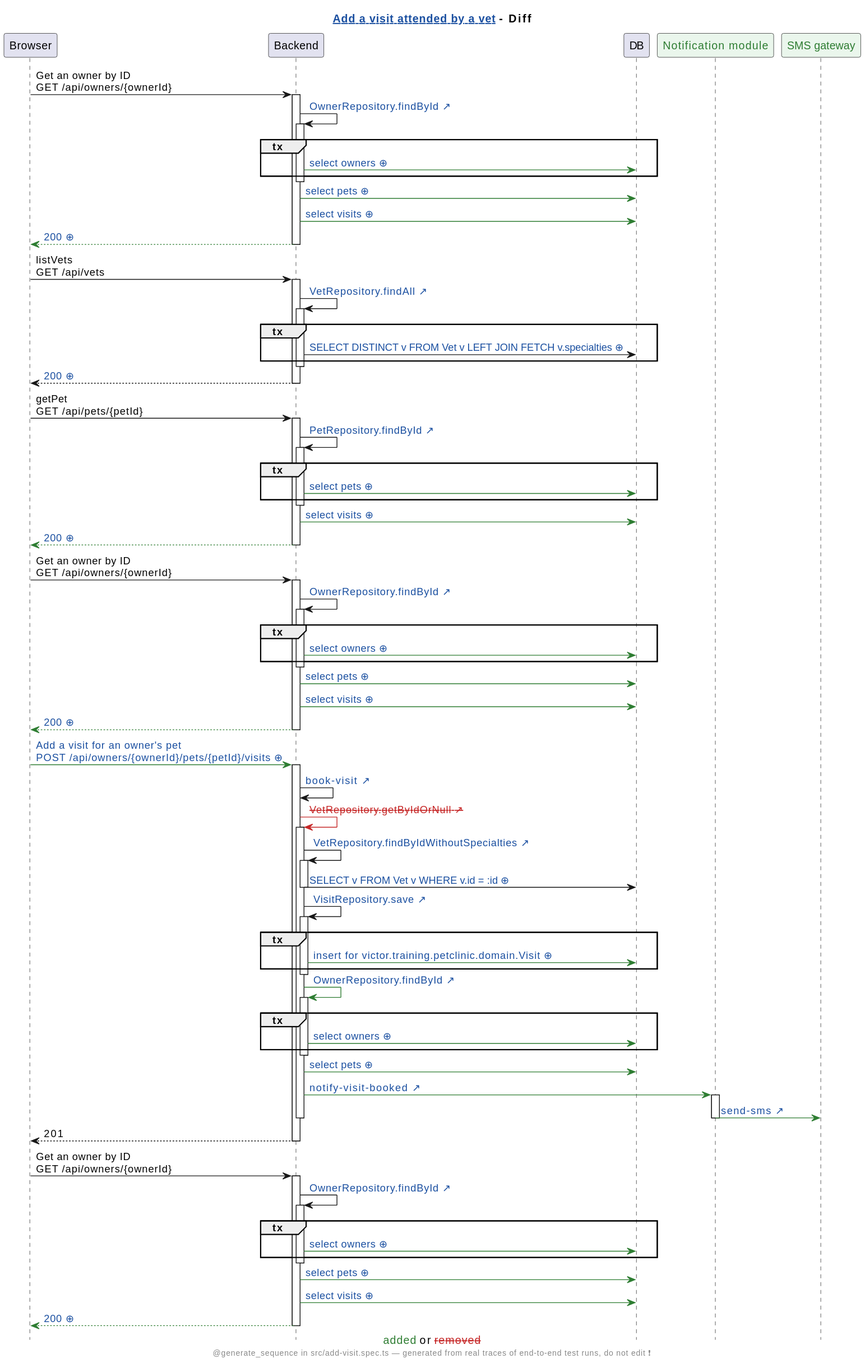
Earlier version of the PlantUML export demo/petclinic-pr/assets/diagrams/petclinic-test_generated_add-visit.spec.ts.add-a-visit-attended-by-a-vet.genseq.diff.svg (victorrentea/human-review). Its diagram source:
```plantuml
@startuml
caption <color:#2E7D32>added</color> or <color:#C62828><s>removed</s></color>
hide footbox
skinparam hyperlinkUnderline false
skinparam hyperlinkColor #1A4FA0
title [[src://petclinic-test/src/add-visit.spec.ts:51{Click to open the test} Add a visit attended by a vet]] - Diff
footer @generate_sequence in src/add-visit.spec.ts — generated from real traces of end-to-end test runs, do not edit ❗
participant Browser
participant Backend
participant DB
participant "<color:#2E7D32>Notification module</color>" as Notification_module #EAF6EC
participant "<color:#2E7D32>SMS gateway</color>" as SMS_gateway #EAF6EC
Browser -> Backend: Get an owner by ID\nGET /api/owners/{ownerId}
activate Backend
Backend -> Backend: [[src://petclinic-backend/src/main/java/victor/training/petclinic/repository/OwnerRepository.java:14{Click to open OwnerRepository.findById} OwnerRepository.findById ↗]]
activate Backend
group tx
Backend -[#2E7D32]> DB: [[genseq://0x8aana{Click for the statement behind this call} select owners ⊕]]
end
deactivate Backend
Backend -[#2E7D32]> DB: [[genseq://18567ho{Click for the statement behind this call} select pets ⊕]]
Backend -[#2E7D32]> DB: [[genseq://1eq1h2q{Click for the statement behind this call} select visits ⊕]]
Backend -[#2E7D32]-> Browser: [[genseq://0tvg3tn{Click for this call’s JSON body} 200 ⊕]]
deactivate Backend
Browser -> Backend: listVets\nGET /api/vets
activate Backend
Backend -> Backend: [[src://petclinic-backend/src/main/java/victor/training/petclinic/repository/VetRepository.java:12{Click to open VetRepository.findAll} VetRepository.findAll ↗]]
activate Backend
group tx
Backend -> DB: [[genseq://0p6yxbc{Click for the statement behind this call} SELECT DISTINCT v FROM Vet v LEFT JOIN FETCH v.specialties ⊕]]
end
deactivate Backend
Backend --> Browser: [[genseq://1nmg2oo{Click for this call’s JSON body} 200 ⊕]]
deactivate Backend
Browser -> Backend: getPet\nGET /api/pets/{petId}
activate Backend
Backend -> Backend: [[src://petclinic-backend/src/main/java/victor/training/petclinic/repository/PetRepository.java:16{Click to open PetRepository.findById} PetRepository.findById ↗]]
activate Backend
group tx
Backend -[#2E7D32]> DB: [[genseq://0y7w2ps{Click for the statement behind this call} select pets ⊕]]
end
deactivate Backend
Backend -[#2E7D32]> DB: [[genseq://1eq1h2q{Click for the statement behind this call} select visits ⊕]]
Backend -[#2E7D32]-> Browser: [[genseq://0ts0dcp{Click for this call’s JSON body} 200 ⊕]]
deactivate Backend
Browser -> Backend: Get an owner by ID\nGET /api/owners/{ownerId}
activate Backend
Backend -> Backend: [[src://petclinic-backend/src/main/java/victor/training/petclinic/repository/OwnerRepository.java:14{Click to open OwnerRepository.findById} OwnerRepository.findById ↗]]
activate Backend
group tx
Backend -[#2E7D32]> DB: [[genseq://0x8aana{Click for the statement behind this call} select owners ⊕]]
end
deactivate Backend
Backend -[#2E7D32]> DB: [[genseq://18567ho{Click for the statement behind this call} select pets ⊕]]
Backend -[#2E7D32]> DB: [[genseq://1eq1h2q{Click for the statement behind this call} select visits ⊕]]
Backend -[#2E7D32]-> Browser: [[genseq://0tvg3tn{Click for this call’s JSON body} 200 ⊕]]
deactivate Backend
Browser -[#2E7D32]> Backend: [[genseq://07judo6{Click for this call’s JSON body} Add a visit for an owner's pet\nPOST /api/owners/{ownerId}/pets/{petId}/visits ⊕]]
activate Backend
Backend -> Backend: [[src://petclinic-backend/src/main/java/victor/training/petclinic/rest/OwnerRestController.java:191{Click to open OwnerRestController.bookVisit} book-visit ↗]]
Backend -[#C62828]> Backend: <color:#C62828><s>VetRepository.getByIdOrNull ↗</s></color>
activate Backend
Backend -> Backend: [[src://petclinic-backend/src/main/java/victor/training/petclinic/repository/VetRepository.java:19{Click to open VetRepository.findByIdWithoutSpecialties} VetRepository.findByIdWithoutSpecialties ↗]]
activate Backend
Backend -> DB: [[genseq://0exss5m{Click for the statement behind this call} SELECT v FROM Vet v WHERE v.id = :id ⊕]]
deactivate Backend
Backend -> Backend: [[src://petclinic-backend/src/main/java/victor/training/petclinic/repository/VisitRepository.java:14{Click to open VisitRepository.save} VisitRepository.save ↗]]
activate Backend
group tx
Backend -[#2E7D32]> DB: [[genseq://0hn35o0{Click for the statement behind this call} insert for victor.training.petclinic.domain.Visit ⊕]]
end
deactivate Backend
Backend -[#2E7D32]> Backend: [[src://petclinic-backend/src/main/java/victor/training/petclinic/repository/OwnerRepository.java:14{Click to open OwnerRepository.findById} OwnerRepository.findById ↗]]
activate Backend
group tx
Backend -[#2E7D32]> DB: [[genseq://0x8aana{Click for the statement behind this call} select owners ⊕]]
end
deactivate Backend
Backend -[#2E7D32]> DB: [[genseq://18567ho{Click for the statement behind this call} select pets ⊕]]
Backend -[#2E7D32]> Notification_module: [[src://petclinic-backend/src/main/java/victor/training/petclinic/notification/FakeSmsNotificationSender.java:45{Click to open FakeSmsNotificationSender.visitBooked} notify-visit-booked ↗]]
activate Notification_module
Notification_module -[#2E7D32]> SMS_gateway: [[src://petclinic-backend/src/main/java/victor/training/petclinic/notification/FakeSmsNotificationSender.java:47{Click to open FakeSmsNotificationSender.sendSms} send-sms ↗]]
deactivate Notification_module
deactivate Backend
Backend --> Browser: 201
deactivate Backend
Browser -> Backend: Get an owner by ID\nGET /api/owners/{ownerId}
activate Backend
Backend -> Backend: [[src://petclinic-backend/src/main/java/victor/training/petclinic/repository/OwnerRepository.java:14{Click to open OwnerRepository.findById} OwnerRepository.findById ↗]]
activate Backend
group tx
Backend -[#2E7D32]> DB: [[genseq://0x8aana{Click for the statement behind this call} select owners ⊕]]
end
deactivate Backend
Backend -[#2E7D32]> DB: [[genseq://18567ho{Click for the statement behind this call} select pets ⊕]]
Backend -[#2E7D32]> DB: [[genseq://1eq1h2q{Click for the statement behind this call} select visits ⊕]]
Backend -[#2E7D32]-> Browser: [[genseq://0k9x4kf{Click for this call’s JSON body} 200 ⊕]]
deactivate Backend
@enduml
```
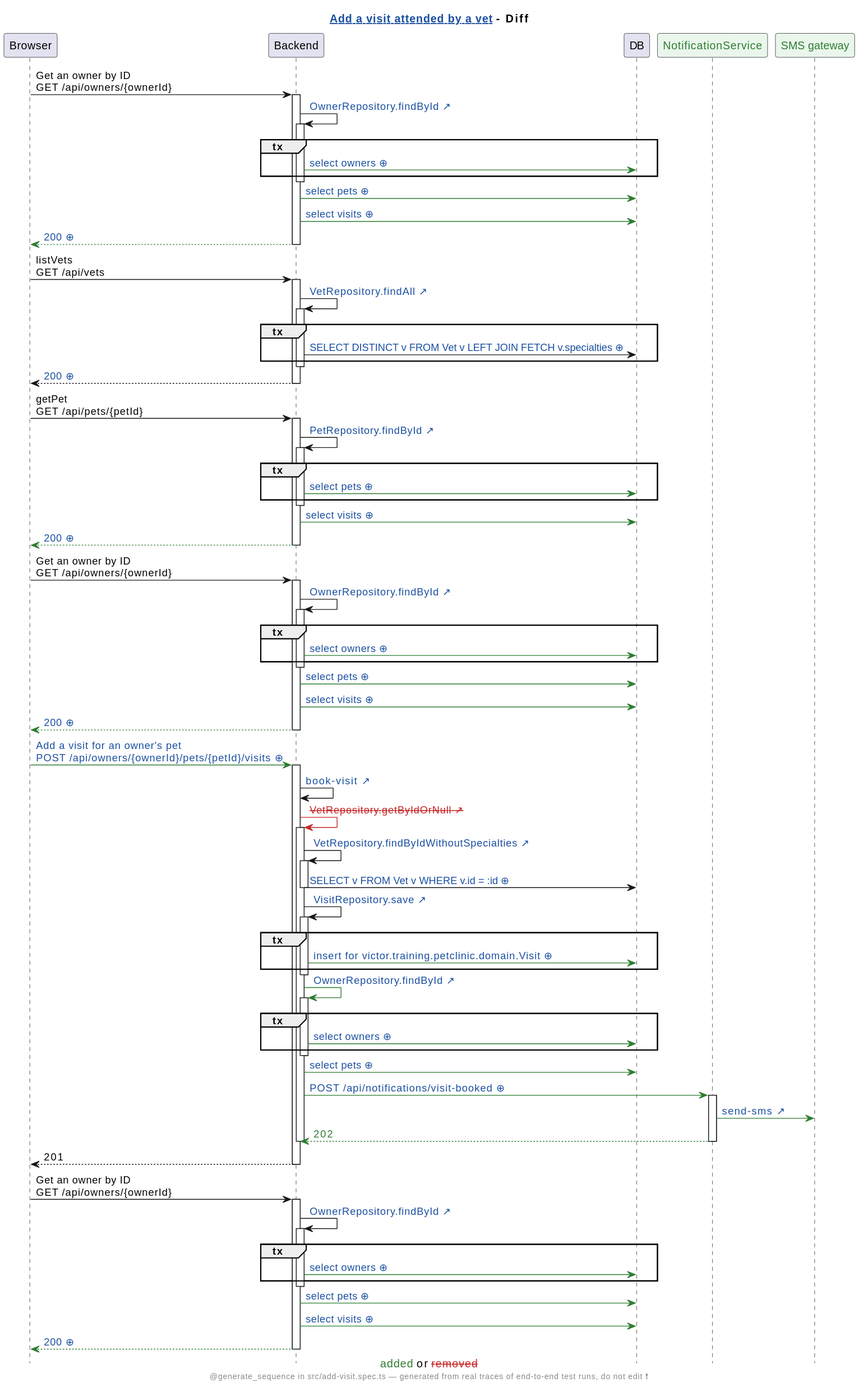
The same file after the commit.

What changed in the source:
```diff
@@ -8,7 +8,7 @@
 participant Browser
 participant Backend
 participant DB
-participant "<color:#2E7D32>Notification module</color>" as Notification_module #EAF6EC
+participant "<color:#2E7D32>NotificationService</color>" as NotificationService #EAF6EC
 participant "<color:#2E7D32>SMS gateway</color>" as SMS_gateway #EAF6EC
 Browser -> Backend: Get an owner by ID\nGET /api/owners/{ownerId}
 activate Backend
@@ -55,7 +55,7 @@
 Backend -[#2E7D32]> DB: [[genseq://1eq1h2q{Click for the statement behind this call} select visits ⊕]]
 Backend -[#2E7D32]-> Browser: [[genseq://0tvg3tn{Click for this call’s JSON body} 200 ⊕]]
 deactivate Backend
-Browser -[#2E7D32]> Backend: [[genseq://07judo6{Click for this call’s JSON body} Add a visit for an owner's pet\nPOST /api/owners/{ownerId}/pets/{petId}/visits ⊕]]
+Browser -[#2E7D32]> Backend: [[genseq://0q7ntxd{Click for this call’s JSON body} Add a visit for an owner's pet\nPOST /api/owners/{ownerId}/pets/{petId}/visits ⊕]]
 activate Backend
 Backend -> Backend: [[src://petclinic-backend/src/main/java/victor/training/petclinic/rest/OwnerRestController.java:191{Click to open OwnerRestController.bookVisit} book-visit ↗]]
 Backend -[#C62828]> Backend: <color:#C62828><s>VetRepository.getByIdOrNull ↗</s></color>
@@ -67,7 +67,7 @@
 Backend -> Backend: [[src://petclinic-backend/src/main/java/victor/training/petclinic/repository/VisitRepository.java:14{Click to open VisitRepository.save} VisitRepository.save ↗]]
 activate Backend
 group tx
-Backend -[#2E7D32]> DB: [[genseq://0hn35o0{Click for the statement behind this call} insert for victor.training.petclinic.domain.Visit ⊕]]
+Backend -[#2E7D32]> DB: [[genseq://10jvngd{Click for the statement behind this call} insert for victor.training.petclinic.domain.Visit ⊕]]
 end
 deactivate Backend
 Backend -[#2E7D32]> Backend: [[src://petclinic-backend/src/main/java/victor/training/petclinic/repository/OwnerRepository.java:14{Click to open OwnerRepository.findById} OwnerRepository.findById ↗]]
@@ -77,10 +77,11 @@
 end
 deactivate Backend
 Backend -[#2E7D32]> DB: [[genseq://18567ho{Click for the statement behind this call} select pets ⊕]]
-Backend -[#2E7D32]> Notification_module: [[src://petclinic-backend/src/main/java/victor/training/petclinic/notification/FakeSmsNotificationSender.java:45{Click to open FakeSmsNotificationSender.visitBooked} notify-visit-booked ↗]]
-activate Notification_module
-Notification_module -[#2E7D32]> SMS_gateway: [[src://petclinic-backend/src/main/java/victor/training/petclinic/notification/FakeSmsNotificationSender.java:47{Click to open FakeSmsNotificationSender.sendSms} send-sms ↗]]
-deactivate Notification_module
+Backend -[#2E7D32]> NotificationService: [[genseq://1cfd0z0{Click for this call’s JSON body} POST /api/notifications/visit-booked ⊕]]
+activate NotificationService
+NotificationService -[#2E7D32]> SMS_gateway: [[src://notification-service/src/main/java/victor/training/notification/SmsGateway.java:23{Click to open SmsGateway.send} send-sms ↗]]
+NotificationService -[#2E7D32]-> Backend: <color:#2E7D32>202</color>
+deactivate NotificationService
 deactivate Backend
 Backend --> Browser: 201
 deactivate Backend
@@ -94,6 +95,6 @@
 deactivate Backend
 Backend -[#2E7D32]> DB: [[genseq://18567ho{Click for the statement behind this call} select pets ⊕]]
 Backend -[#2E7D32]> DB: [[genseq://1eq1h2q{Click for the statement behind this call} select visits ⊕]]
-Backend -[#2E7D32]-> Browser: [[genseq://0k9x4kf{Click for this call’s JSON body} 200 ⊕]]
+Backend -[#2E7D32]-> Browser: [[genseq://02yixe9{Click for this call’s JSON body} 200 ⊕]]
 deactivate Backend
 @enduml
```
